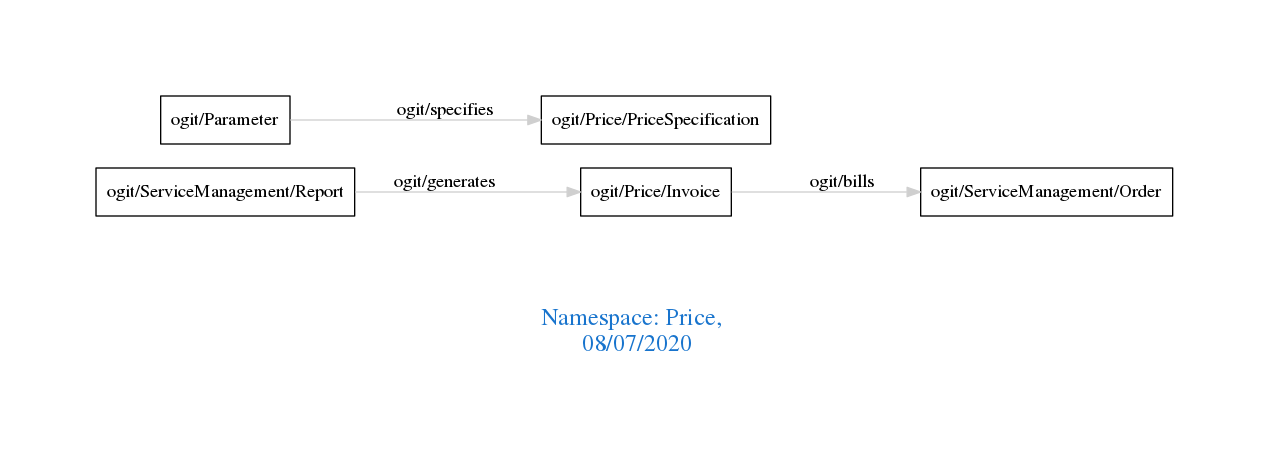
Earlier version of the Graphviz export downloads/Price.png (arago/OGIT). Its source is kept beside it as downloads/Price.dot.
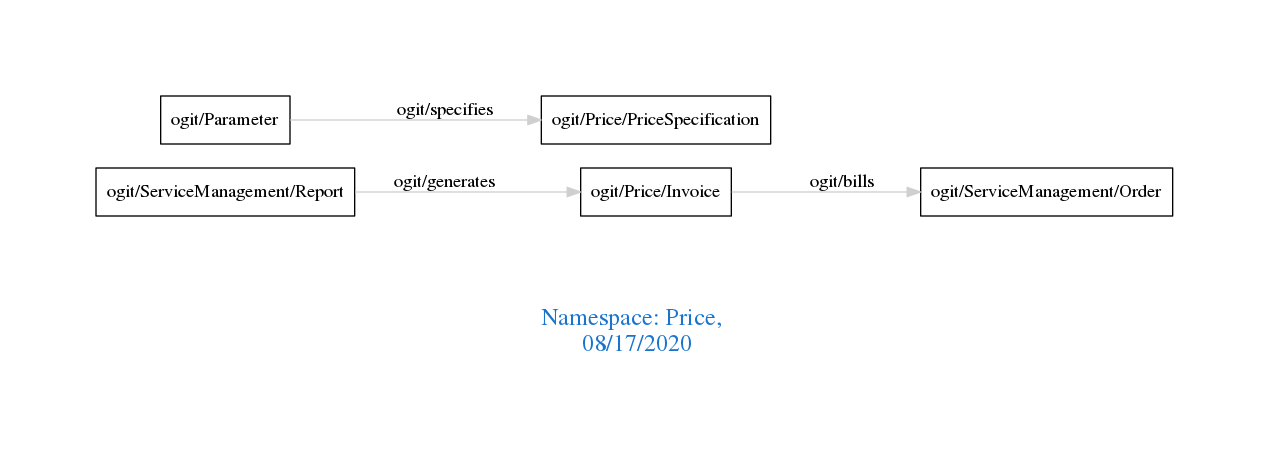
After the change.

What changed in the source:
```diff
@@ -1,7 +1,7 @@
 digraph OGIT_ontology {
  graph [ rankdir= LR,pad=1
 fontsize = 18,
-fontcolor= dodgerblue3,label = "\n\n\nNamespace: Price, \n 08/07/2020"];
+fontcolor= dodgerblue3,label = "\n\n\nNamespace: Price, \n 08/17/2020"];
 node[shape=polygon];
 edge [  color="gray81"];
 
```
